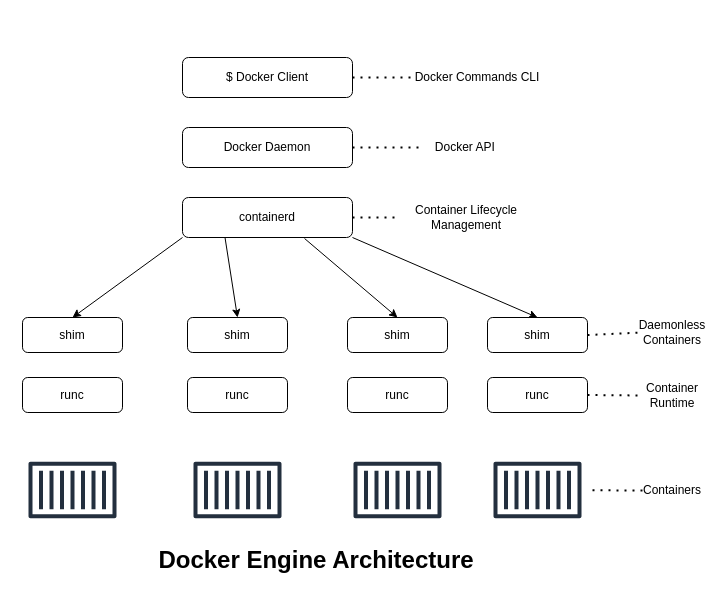
Before: DockerArchitecture.drawio in jayanthkmr/architecture-diagrams, a draw.io diagram. Source tidied: cells renumbered, new cells numbered last; positions are measured from the earlier drawing's top-left corner, leaving out a move shared by most shapes. Both pictures are drawn from the tidied source at 100%, with x=0, y=0 at pixel (17, 57).
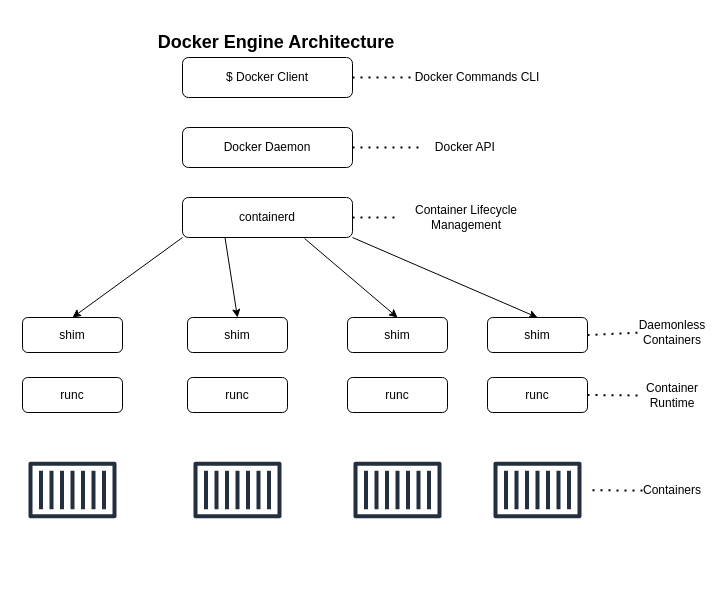
The same page after the edit.

What changed in the source:
```diff
@@
-    <mxCell id="33" value="&lt;h1&gt;Docker Engine Architecture&lt;/h1&gt;" style="text;html=1;align=center;verticalAlign=middle;whiteSpace=wrap;rounded=0;" parent="1" vertex="1">
-      <mxGeometry x="128" y="488" width="342" height="30" as="geometry" />
+    <mxCell id="33" value="&lt;h2&gt;Docker Engine Architecture&lt;/h2&gt;" style="text;html=1;align=center;verticalAlign=middle;whiteSpace=wrap;rounded=0;" parent="1" vertex="1">
+      <mxGeometry x="88" y="-30" width="342" height="30" as="geometry" />
     </mxCell>
```
